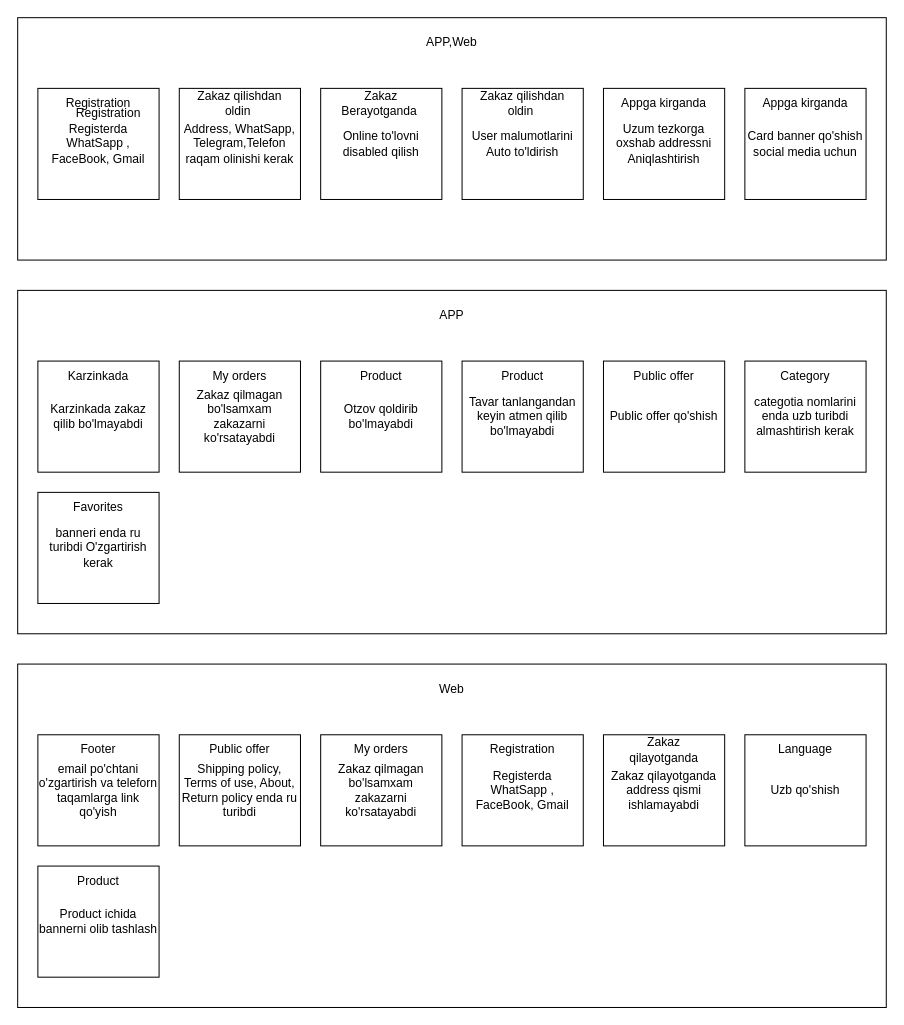
Earlier version of the draw.io diagram src/Untitled Diagram.drawio (Bunyod1202/arbuzmarket). Source tidied: cells renumbered, new cells numbered last; positions are measured from the earlier drawing's top-left corner, leaving out a move shared by most shapes. Both pictures are drawn from the tidied source at 101%, with x=0, y=0 at pixel (17, 17).
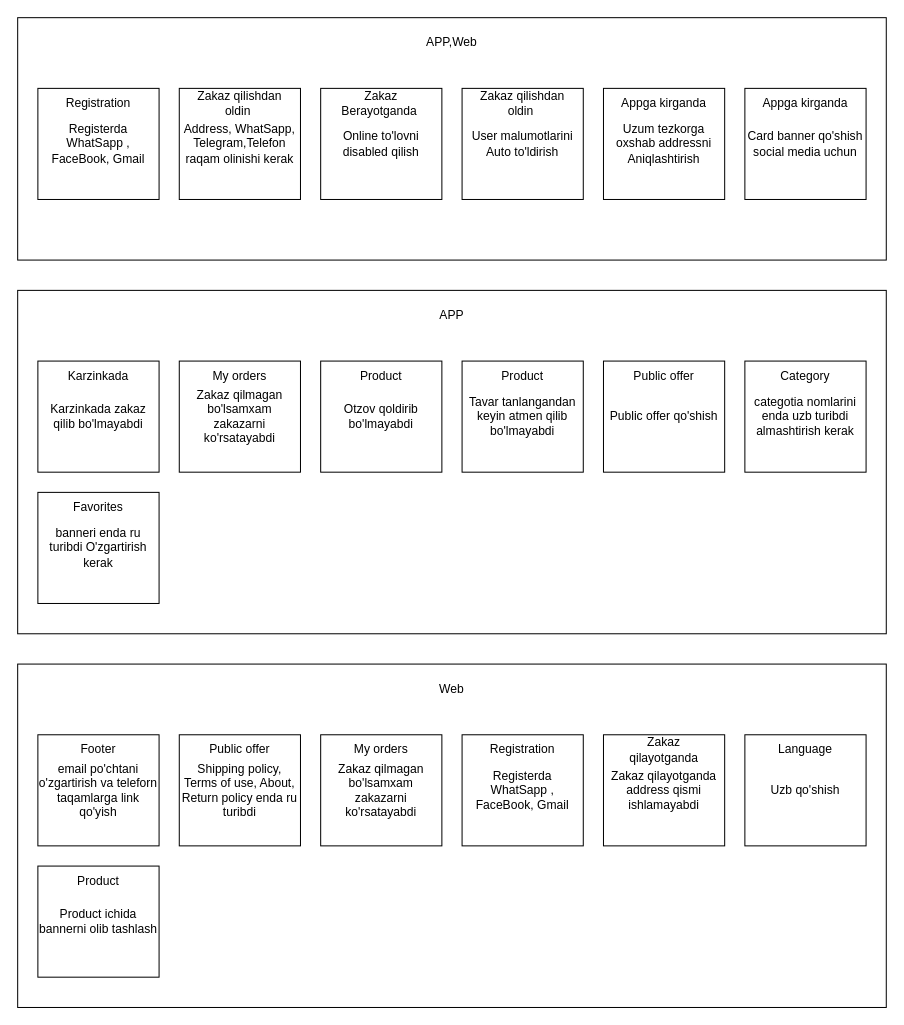
The same page after the edit.

The edit, as a diff of the source:
```diff
@@
-    <mxCell id="44" value="Registration" style="text;html=1;align=center;verticalAlign=middle;whiteSpace=wrap;rounded=0;" parent="1" vertex="1">
-      <mxGeometry x="50" y="80" width="80" height="30" as="geometry" />
-    </mxCell>
```
